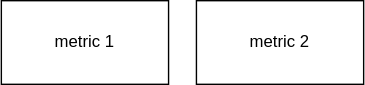
Before: flow/metrics/metrics.svg, a diagram exported from draw.io (toerkl/learning). Source tidied: cells renumbered, new cells last; positions are measured from the earlier drawing's top-left corner, leaving out a move shared by most shapes.
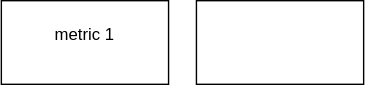
Above is the later version.

Change to the diagram source:
```diff
@@ -2,11 +2,14 @@
   <root>
     <mxCell id="0" />
     <mxCell id="1" parent="0" />
+    <mxCell id="4" style="rounded=0;whiteSpace=wrap;html=1;" parent="1" vertex="1">
+      <mxGeometry width="120" height="60" as="geometry" />
+    </mxCell>
+    <mxCell id="3" style="rounded=0;whiteSpace=wrap;html=1;" parent="1" vertex="1">
+      <mxGeometry x="140" width="120" height="60" as="geometry" />
+    </mxCell>
-    <mxCell id="2" value="metric 1" style="rounded=0;whiteSpace=wrap;html=1;" parent="1" vertex="1">
-      <mxGeometry width="120" height="60" as="geometry" />
+    <mxCell id="2" value="metric 1" style="text;strokeColor=none;align=center;fillColor=none;html=1;verticalAlign=middle;whiteSpace=wrap;rounded=0;" parent="1" vertex="1">
+      <mxGeometry x="30" y="10" width="60" height="30" as="geometry" />
     </mxCell>
-    <mxCell id="3" value="metric 2" style="rounded=0;whiteSpace=wrap;html=1;" parent="1" vertex="1">
-      <mxGeometry x="140" width="120" height="60" as="geometry" />
-    </mxCell>
   </root>
 </mxGraphModel>
```
